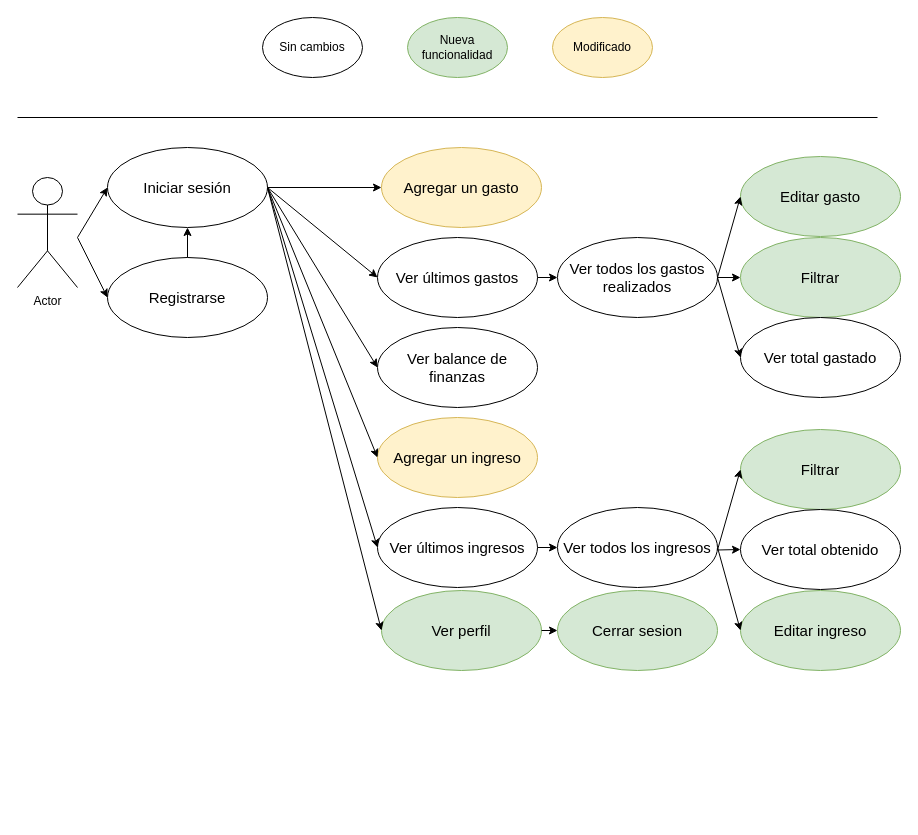
Gastapp/gastapp_doc keeps this draw.io diagram as images/casosdeuso.drawio. Above is the earlier version. Source tidied: cells renumbered, new cells numbered last; positions are measured from the earlier drawing's top-left corner, leaving out a move shared by most shapes. Both pictures are drawn from the tidied source at 100%, with x=0, y=0 at pixel (17, 17).
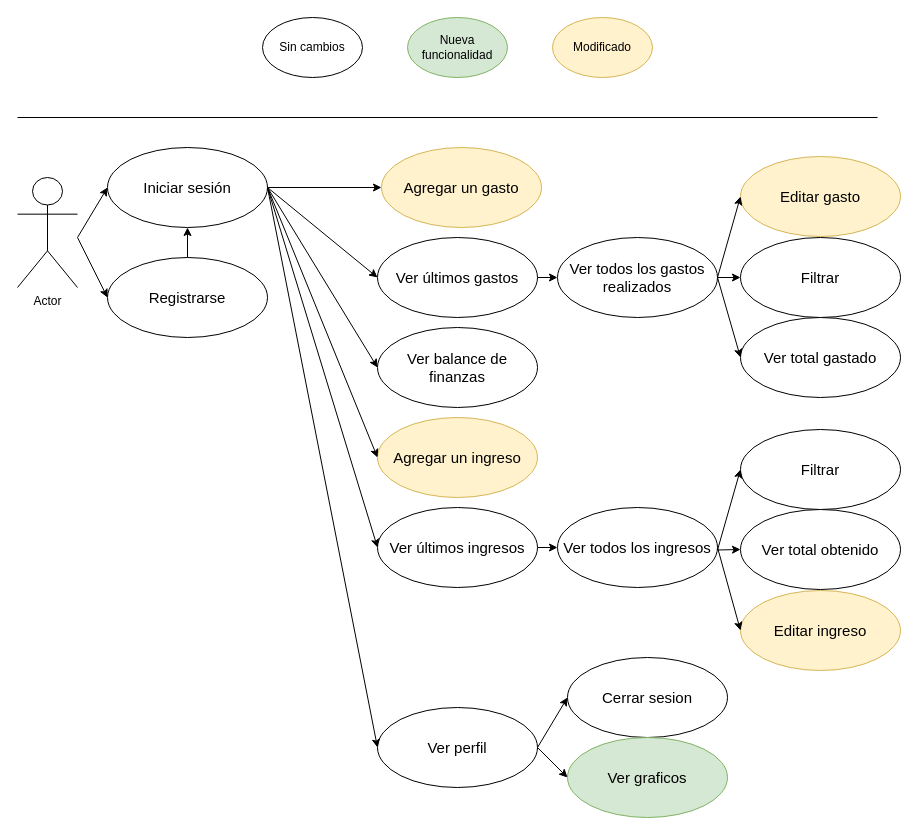
After the change.

Commit message (it also covers changes not shown here):
agrego imagen de casos de uso para la cuarta entrega

What changed in the source:
```diff
@@
-    <mxCell id="3" value="&lt;font style=&quot;font-size: 15px&quot;&gt;Filtrar&lt;/font&gt;" style="ellipse;whiteSpace=wrap;html=1;fillColor=#d5e8d4;strokeColor=#82b366;" parent="1" vertex="1">
+    <mxCell id="3" value="&lt;font style=&quot;font-size: 15px&quot;&gt;Filtrar&lt;/font&gt;" style="ellipse;whiteSpace=wrap;html=1;" parent="1" vertex="1">
       <mxGeometry x="723" y="220" width="160" height="80" as="geometry" />
     </mxCell>
@@
-    <mxCell id="30" value="&lt;font style=&quot;font-size: 15px&quot;&gt;Filtrar&lt;/font&gt;" style="ellipse;whiteSpace=wrap;html=1;fillColor=#d5e8d4;strokeColor=#82b366;" parent="1" vertex="1">
+    <mxCell id="30" value="&lt;font style=&quot;font-size: 15px&quot;&gt;Filtrar&lt;/font&gt;" style="ellipse;whiteSpace=wrap;html=1;" parent="1" vertex="1">
       <mxGeometry x="723" y="412" width="160" height="80" as="geometry" />
     </mxCell>
@@
-    <mxCell id="34" value="&lt;font style=&quot;font-size: 15px&quot;&gt;Editar gasto&lt;/font&gt;" style="ellipse;whiteSpace=wrap;html=1;fillColor=#d5e8d4;strokeColor=#82b366;" parent="1" vertex="1">
+    <mxCell id="34" value="&lt;font style=&quot;font-size: 15px&quot;&gt;Editar gasto&lt;/font&gt;" style="ellipse;whiteSpace=wrap;html=1;fillColor=#fff2cc;strokeColor=#d6b656;" parent="1" vertex="1">
       <mxGeometry x="723" y="139" width="160" height="80" as="geometry" />
     </mxCell>
-    <mxCell id="35" value="&lt;font style=&quot;font-size: 15px&quot;&gt;Editar ingreso&lt;/font&gt;" style="ellipse;whiteSpace=wrap;html=1;fillColor=#d5e8d4;strokeColor=#82b366;" parent="1" vertex="1">
+    <mxCell id="35" value="&lt;font style=&quot;font-size: 15px&quot;&gt;Editar ingreso&lt;/font&gt;" style="ellipse;whiteSpace=wrap;html=1;fillColor=#fff2cc;strokeColor=#d6b656;" parent="1" vertex="1">
       <mxGeometry x="723" y="573" width="160" height="80" as="geometry" />
     </mxCell>
@@
-    <mxCell id="38" value="&lt;font style=&quot;font-size: 15px&quot;&gt;Ver perfil&lt;/font&gt;" style="ellipse;whiteSpace=wrap;html=1;fillColor=#d5e8d4;strokeColor=#82b366;" parent="1" vertex="1">
-      <mxGeometry x="364" y="573" width="160" height="80" as="geometry" />
+    <mxCell id="38" value="&lt;font style=&quot;font-size: 15px&quot;&gt;Ver perfil&lt;/font&gt;" style="ellipse;whiteSpace=wrap;html=1;" parent="1" vertex="1">
+      <mxGeometry x="360" y="690" width="160" height="80" as="geometry" />
     </mxCell>
@@
-    <mxCell id="40" value="&lt;p&gt;&lt;font style=&quot;font-size: 15px&quot;&gt;Cerrar sesion&lt;/font&gt;&lt;/p&gt;" style="ellipse;whiteSpace=wrap;html=1;fillColor=#d5e8d4;strokeColor=#82b366;" parent="1" vertex="1">
-      <mxGeometry x="540" y="573" width="160" height="80" as="geometry" />
+    <mxCell id="40" value="&lt;p&gt;&lt;font style=&quot;font-size: 15px&quot;&gt;Cerrar sesion&lt;/font&gt;&lt;/p&gt;" style="ellipse;whiteSpace=wrap;html=1;" parent="1" vertex="1">
+      <mxGeometry x="550" y="640" width="160" height="80" as="geometry" />
     </mxCell>
@@
+    <mxCell id="42" value="&lt;p&gt;&lt;font style=&quot;font-size: 15px&quot;&gt;Ver graficos&lt;/font&gt;&lt;/p&gt;" style="ellipse;whiteSpace=wrap;html=1;fillColor=#d5e8d4;strokeColor=#82b366;" parent="1" vertex="1">
+      <mxGeometry x="550" y="720" width="160" height="80" as="geometry" />
+    </mxCell>
+    <mxCell id="43" style="endArrow=classic;html=1;exitX=1;exitY=0.5;exitDx=0;exitDy=0;entryX=0;entryY=0.5;entryDx=0;entryDy=0;" parent="1" edge="1" source="38" target="42">
+      <mxGeometry relative="1" as="geometry" />
+    </mxCell>
```
